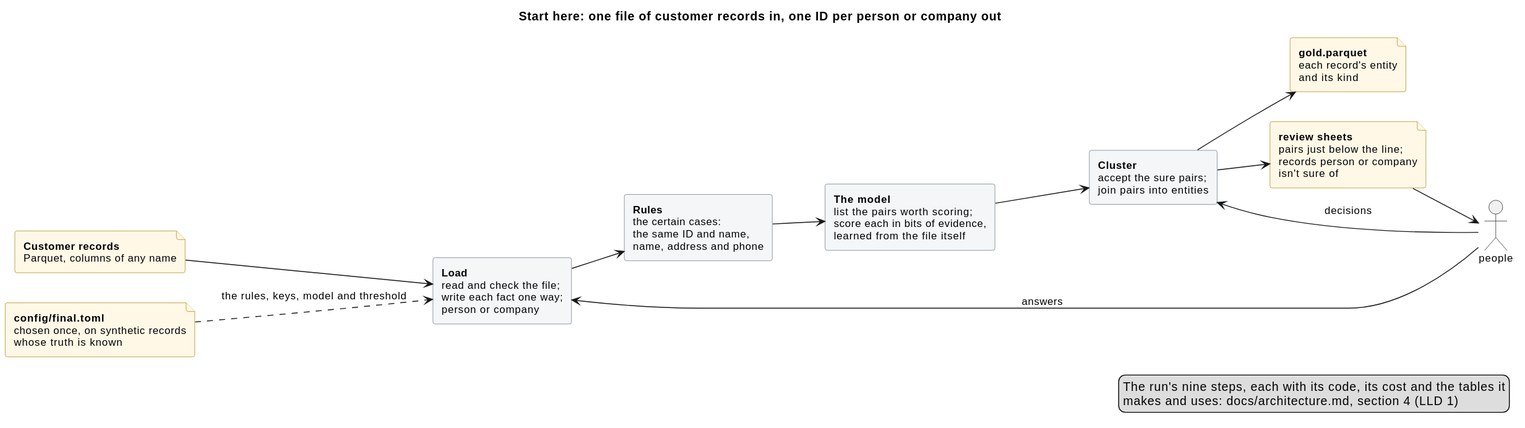
mvsbm/entity_matching keeps this PlantUML diagram as docs/diagrams/overview.svg. Above is the earlier version. Source of this version:
```plantuml
@startuml
title Start here: one file of customer records in, one ID per person or company out
left to right direction
skinparam defaultFontSize 12
skinparam rectangle {
  BackgroundColor #F4F6F8
  BorderColor #65717E
}
skinparam file {
  BackgroundColor #FFF8E6
  BorderColor #B07D00
}

file "<b>Customer records</b>\nParquet, columns of any name" as input
rectangle "<b>Load</b>\nread and check the file;\nwrite each fact one way;\nperson or company" as load
rectangle "<b>Rules</b>\nthe certain cases:\nthe same ID and name,\nname, address and phone" as rules
rectangle "<b>The model</b>\nlist the pairs worth scoring;\nscore each in bits of evidence,\nlearned from the file itself" as model
rectangle "<b>Cluster</b>\naccept the sure pairs;\njoin pairs into entities" as cluster
file "<b>gold.parquet</b>\neach record's entity\nand its kind" as gold
file "<b>review sheets</b>\npairs just below the line;\nrecords person or company\nisn't sure of" as sheets
actor "people" as people
file "<b>config/final.toml</b>\nchosen once, on synthetic records\nwhose truth is known" as config

input --> load
load --> rules
rules --> model
model --> cluster
cluster --> gold
cluster --> sheets
sheets --> people
people --> cluster : decisions
people --> load : answers
config ..> load : the rules, keys, model and threshold

legend right
  The run's nine steps, each with its code, its cost and the tables it
  makes and uses: docs/architecture.md, section 4 (LLD 1)
endlegend
@enduml
```
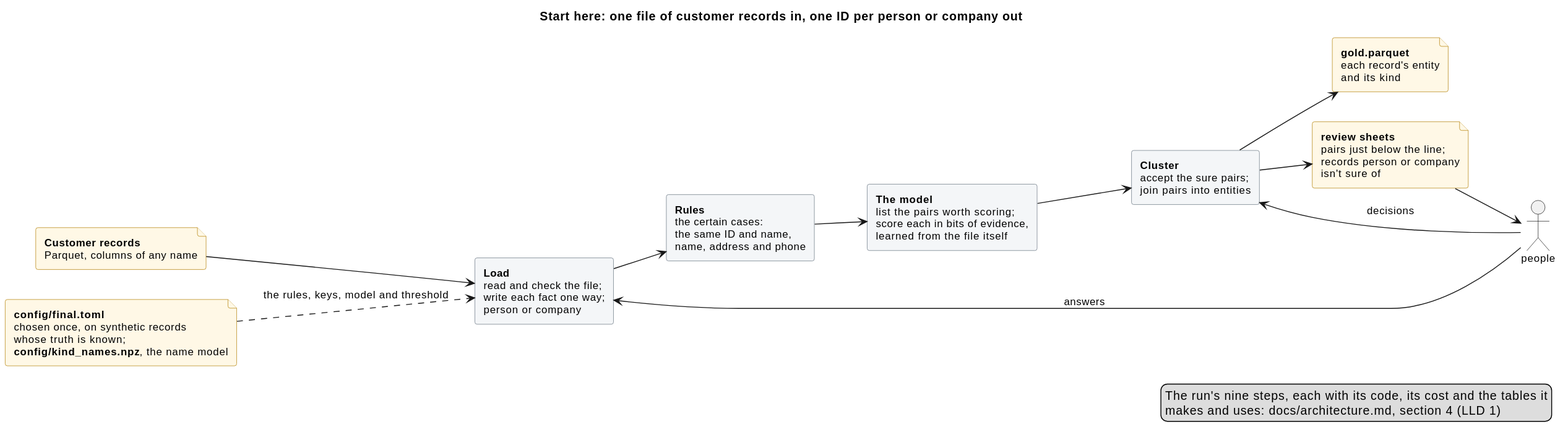
Above is the later version.

Diff of the diagram source:
```diff
@@ -19,7 +19,7 @@
 file "<b>gold.parquet</b>\neach record's entity\nand its kind" as gold
 file "<b>review sheets</b>\npairs just below the line;\nrecords person or company\nisn't sure of" as sheets
 actor "people" as people
-file "<b>config/final.toml</b>\nchosen once, on synthetic records\nwhose truth is known" as config
+file "<b>config/final.toml</b>\nchosen once, on synthetic records\nwhose truth is known;\n<b>config/kind_names.npz</b>, the name model" as config
 
 input --> load
 load --> rules
```
